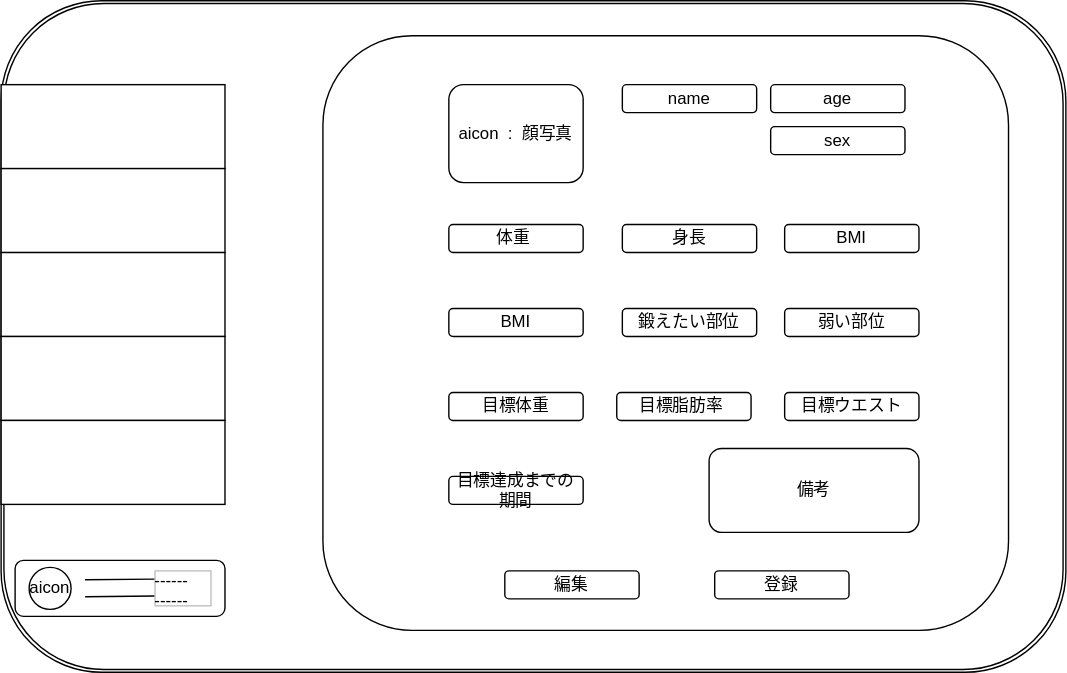
The draw.io diagram design sample/createUserpage.drawio.svg in Yoshiki217/traning, before a commit. Source tidied: cells renumbered, new cells last; positions are measured from the earlier drawing's top-left corner, leaving out a move shared by most shapes. The source it was exported from:
```xml
<mxGraphModel>
  <root>
    <mxCell id="0" />
    <mxCell id="1" parent="0" />
    <mxCell id="2" style="shape=ext;double=1;rounded=1;whiteSpace=wrap;html=1;" parent="1" vertex="1">
      <mxGeometry width="761" height="480" as="geometry" />
    </mxCell>
    <mxCell id="3" style="rounded=0;whiteSpace=wrap;html=1;" parent="1" vertex="1">
      <mxGeometry y="60" width="160" height="60" as="geometry" />
    </mxCell>
    <mxCell id="4" style="rounded=0;whiteSpace=wrap;html=1;" parent="1" vertex="1">
      <mxGeometry y="120" width="160" height="60" as="geometry" />
    </mxCell>
    <mxCell id="5" style="rounded=0;whiteSpace=wrap;html=1;" parent="1" vertex="1">
      <mxGeometry y="180" width="160" height="60" as="geometry" />
    </mxCell>
    <mxCell id="6" style="rounded=0;whiteSpace=wrap;html=1;" parent="1" vertex="1">
      <mxGeometry y="240" width="160" height="60" as="geometry" />
    </mxCell>
    <mxCell id="7" style="rounded=0;whiteSpace=wrap;html=1;" parent="1" vertex="1">
      <mxGeometry y="300" width="160" height="60" as="geometry" />
    </mxCell>
    <mxCell id="8" style="rounded=1;whiteSpace=wrap;html=1;" parent="1" vertex="1">
      <mxGeometry x="10" y="400" width="150" height="40" as="geometry" />
    </mxCell>
    <mxCell id="9" value="aicon" style="ellipse;whiteSpace=wrap;html=1;" parent="1" vertex="1">
      <mxGeometry x="20" y="405" width="30" height="30" as="geometry" />
    </mxCell>
    <mxCell id="10" style="shape=link;html=1;width=12.105263157894736;" parent="1" edge="1">
      <mxGeometry relative="1" as="geometry">
        <mxPoint x="60" y="419.9" as="sourcePoint" />
        <mxPoint x="110" y="419.5" as="targetPoint" />
      </mxGeometry>
    </mxCell>
    <mxCell id="11" value="------&lt;br&gt;------&lt;br&gt;&lt;br&gt;" style="text;html=1;strokeColor=#c0c0c0;fillColor=none;overflow=fill;" parent="1" vertex="1">
      <mxGeometry x="110" y="407.5" width="40" height="25" as="geometry" />
    </mxCell>
    <mxCell id="12" style="rounded=1;whiteSpace=wrap;html=1;" parent="1" vertex="1">
      <mxGeometry x="230" y="25" width="490" height="425" as="geometry" />
    </mxCell>
    <mxCell id="13" value="登録" style="rounded=1;whiteSpace=wrap;html=1;" parent="1" vertex="1">
      <mxGeometry x="510" y="407.5" width="96" height="20" as="geometry" />
    </mxCell>
    <mxCell id="14" value="編集" style="rounded=1;whiteSpace=wrap;html=1;" parent="1" vertex="1">
      <mxGeometry x="360" y="407.5" width="96" height="20" as="geometry" />
    </mxCell>
    <mxCell id="15" value="aicon&amp;nbsp; :&amp;nbsp; 顔写真　" style="rounded=1;whiteSpace=wrap;html=1;" parent="1" vertex="1">
      <mxGeometry x="320" y="60" width="96" height="70" as="geometry" />
    </mxCell>
    <mxCell id="16" value="name" style="rounded=1;whiteSpace=wrap;html=1;" parent="1" vertex="1">
      <mxGeometry x="444" y="60" width="96" height="20" as="geometry" />
    </mxCell>
    <mxCell id="17" value="age" style="rounded=1;whiteSpace=wrap;html=1;" parent="1" vertex="1">
      <mxGeometry x="550" y="60" width="96" height="20" as="geometry" />
    </mxCell>
    <mxCell id="18" value="sex" style="rounded=1;whiteSpace=wrap;html=1;" parent="1" vertex="1">
      <mxGeometry x="550" y="90" width="96" height="20" as="geometry" />
    </mxCell>
    <mxCell id="19" value="体重&lt;span style=&quot;color: rgba(0 , 0 , 0 , 0) ; font-family: monospace ; font-size: 0px&quot;&gt;%3CmxGraphModel%3E%3Croot%3E%3CmxCell%20id%3D%220%22%2F%3E%3CmxCell%20id%3D%221%22%20parent%3D%220%22%2F%3E%3CmxCell%20id%3D%222%22%20value%3D%22%22%20style%3D%22rounded%3D1%3BwhiteSpace%3Dwrap%3Bhtml%3D1%3B%22%20vertex%3D%221%22%20parent%3D%221%22%3E%3CmxGeometry%20x%3D%22560%22%20y%3D%22460%22%20width%3D%2296%22%20height%3D%2220%22%20as%3D%22geometry%22%2F%3E%3C%2FmxCell%3E%3C%2Froot%3E%3C%2FmxGraphModel%3E&lt;/span&gt;" style="rounded=1;whiteSpace=wrap;html=1;" parent="1" vertex="1">
      <mxGeometry x="320" y="160" width="96" height="20" as="geometry" />
    </mxCell>
    <mxCell id="20" value="身長" style="rounded=1;whiteSpace=wrap;html=1;" parent="1" vertex="1">
      <mxGeometry x="444" y="160" width="96" height="20" as="geometry" />
    </mxCell>
    <mxCell id="21" value="BMI" style="rounded=1;whiteSpace=wrap;html=1;" parent="1" vertex="1">
      <mxGeometry x="560" y="160" width="96" height="20" as="geometry" />
    </mxCell>
    <mxCell id="22" value="備考" style="rounded=1;whiteSpace=wrap;html=1;" parent="1" vertex="1">
      <mxGeometry x="506" y="320" width="150" height="60" as="geometry" />
    </mxCell>
    <mxCell id="23" value="目標体重" style="rounded=1;whiteSpace=wrap;html=1;" parent="1" vertex="1">
      <mxGeometry x="320" y="280" width="96" height="20" as="geometry" />
    </mxCell>
    <mxCell id="24" value="目標脂肪率&lt;span style=&quot;color: rgba(0 , 0 , 0 , 0) ; font-family: monospace ; font-size: 0px&quot;&gt;%3CmxGraphModel%3E%3Croot%3E%3CmxCell%20id%3D%220%22%2F%3E%3CmxCell%20id%3D%221%22%20parent%3D%220%22%2F%3E%3CmxCell%20id%3D%222%22%20value%3D%22%22%20style%3D%22rounded%3D1%3BwhiteSpace%3Dwrap%3Bhtml%3D1%3B%22%20vertex%3D%221%22%20parent%3D%221%22%3E%3CmxGeometry%20x%3D%22560%22%20y%3D%22460%22%20width%3D%2296%22%20height%3D%2220%22%20as%3D%22geometry%22%2F%3E%3C%2FmxCell%3E%3C%2Froot%3E%3C%2FmxGraphModel%3E&lt;/span&gt;" style="rounded=1;whiteSpace=wrap;html=1;" parent="1" vertex="1">
      <mxGeometry x="440" y="280" width="96" height="20" as="geometry" />
    </mxCell>
    <mxCell id="25" value="目標ウエスト" style="rounded=1;whiteSpace=wrap;html=1;" parent="1" vertex="1">
      <mxGeometry x="560" y="280" width="96" height="20" as="geometry" />
    </mxCell>
    <mxCell id="26" value="BMI" style="rounded=1;whiteSpace=wrap;html=1;" parent="1" vertex="1">
      <mxGeometry x="320" y="220" width="96" height="20" as="geometry" />
    </mxCell>
    <mxCell id="27" value="目標達成までの期間" style="rounded=1;whiteSpace=wrap;html=1;" parent="1" vertex="1">
      <mxGeometry x="320" y="340" width="96" height="20" as="geometry" />
    </mxCell>
    <mxCell id="28" value="鍛えたい部位" style="rounded=1;whiteSpace=wrap;html=1;" parent="1" vertex="1">
      <mxGeometry x="444" y="220" width="96" height="20" as="geometry" />
    </mxCell>
    <mxCell id="29" value="弱い部位" style="rounded=1;whiteSpace=wrap;html=1;" parent="1" vertex="1">
      <mxGeometry x="560" y="220" width="96" height="20" as="geometry" />
    </mxCell>
  </root>
</mxGraphModel>
```
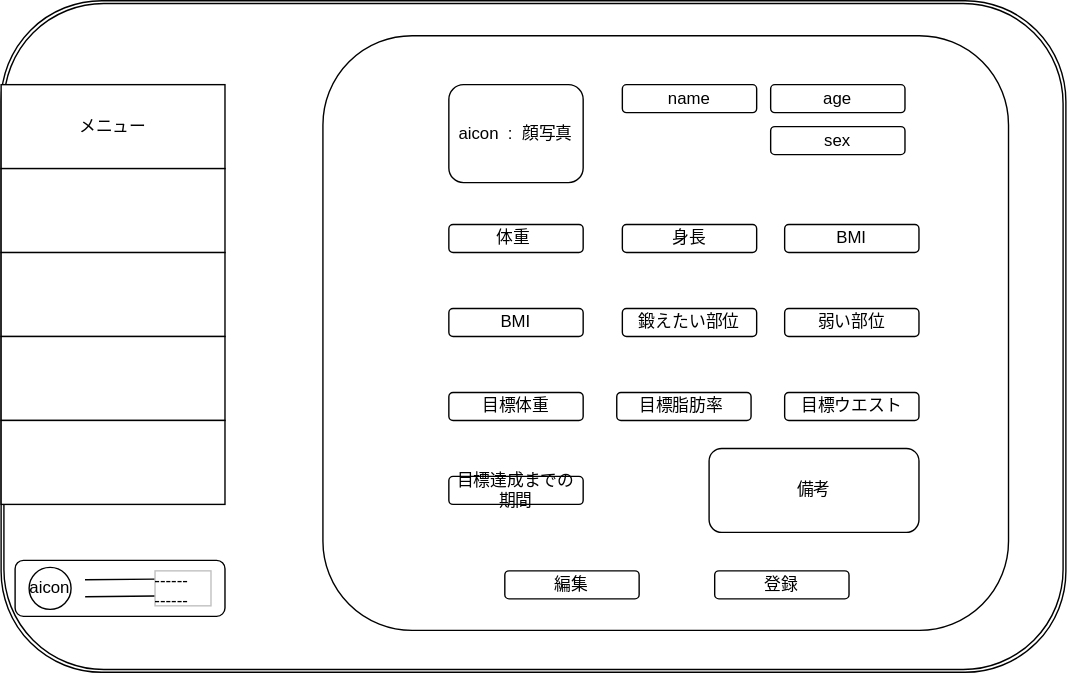
The same file after the commit.

What changed in the source:
```diff
@@ -5,7 +5,7 @@
     <mxCell id="2" style="shape=ext;double=1;rounded=1;whiteSpace=wrap;html=1;" parent="1" vertex="1">
       <mxGeometry width="761" height="480" as="geometry" />
     </mxCell>
-    <mxCell id="3" style="rounded=0;whiteSpace=wrap;html=1;" parent="1" vertex="1">
+    <mxCell id="3" value="メニュー" style="rounded=0;whiteSpace=wrap;html=1;" parent="1" vertex="1">
       <mxGeometry y="60" width="160" height="60" as="geometry" />
     </mxCell>
     <mxCell id="4" style="rounded=0;whiteSpace=wrap;html=1;" parent="1" vertex="1">
```
